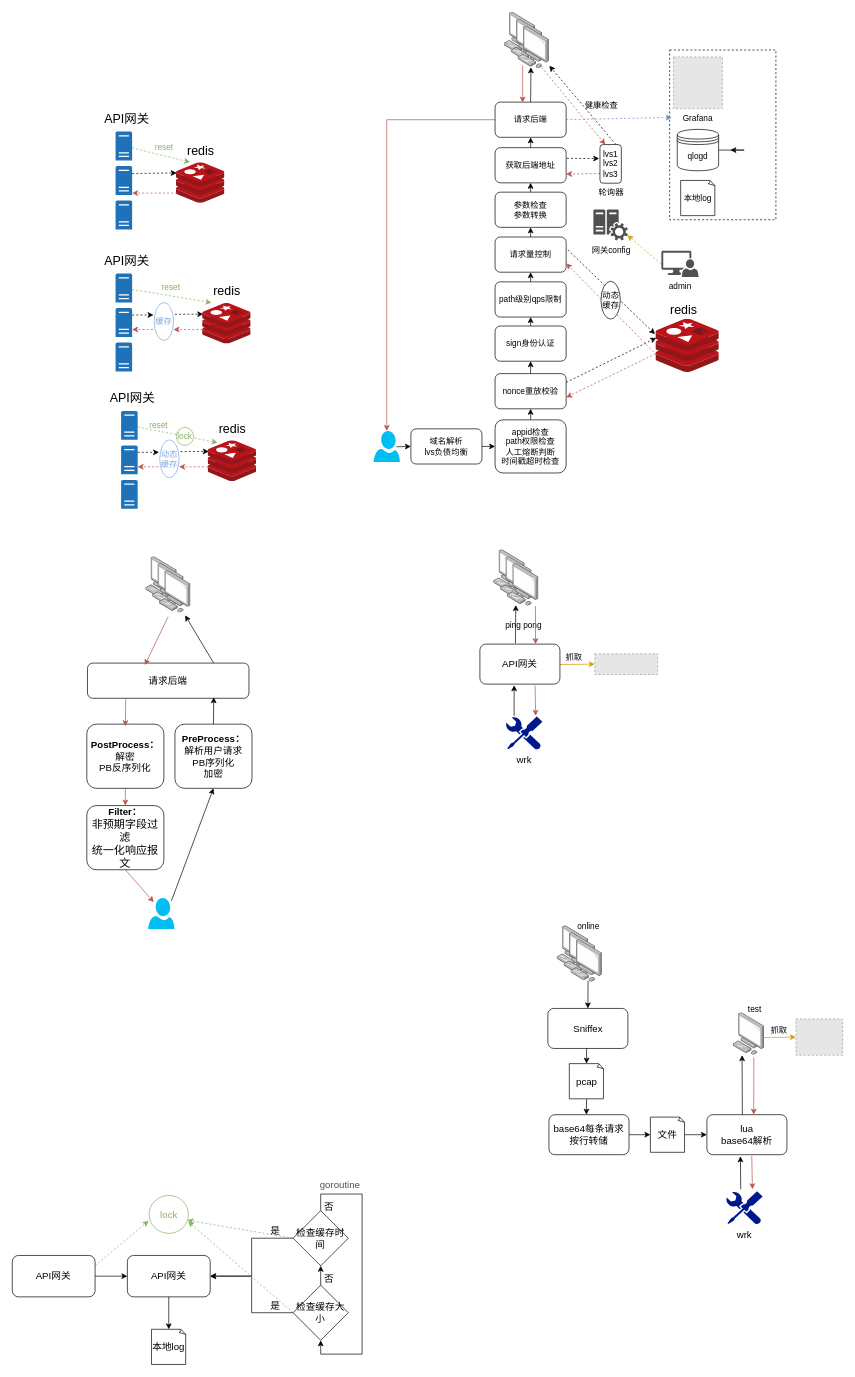
Above: Untitled Diagram.drawio in fanfan520-debug/helloworld (draw.io), before the change. Source tidied: cells renumbered, new cells numbered last; positions are measured from the earlier drawing's top-left corner, leaving out a move shared by most shapes. Both pictures are drawn from the tidied source at 69%, with x=0, y=0 at pixel (12, 12). Pictures stored in the file or linked from it are replaced by grey dashed boxes.
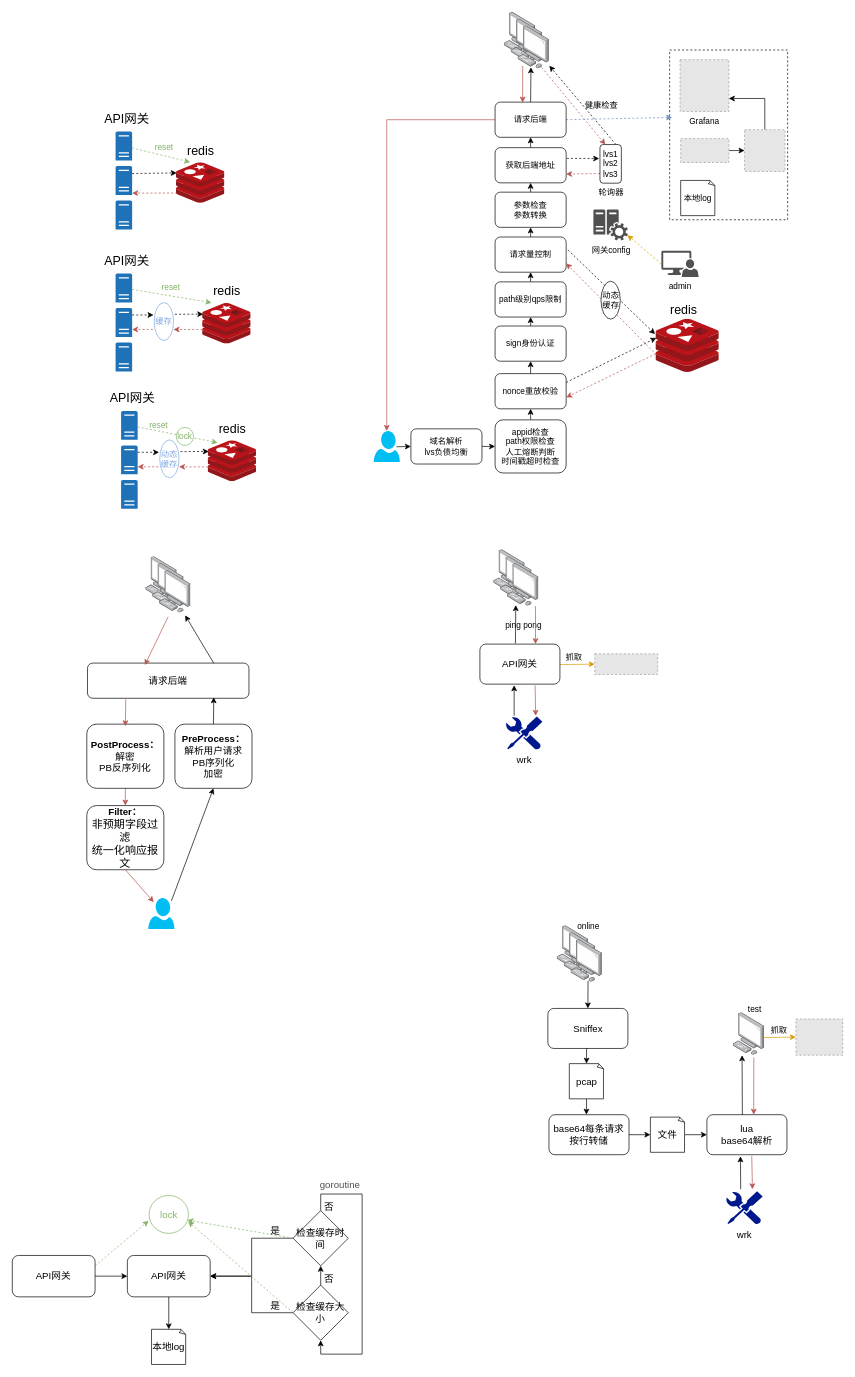
The same page after the edit.

Diff of the diagram source:
```diff
@@
     <mxCell id="2" style="rounded=0;whiteSpace=wrap;html=1;shadow=0;sketch=0;glass=0;dashed=1;" parent="1" vertex="1">
-      <mxGeometry x="953" y="55" width="154" height="246" as="geometry" />
+      <mxGeometry x="953" y="55" width="171" height="246" as="geometry" />
     </mxCell>
@@
-    <mxCell id="70" style="edgeStyle=orthogonalEdgeStyle;rounded=0;jettySize=auto;html=1;exitX=1;exitY=0.5;exitDx=0;exitDy=0;" parent="1" edge="1" source="71">
-      <mxGeometry relative="1" as="geometry">
-        <mxPoint x="1041" y="200" as="targetPoint" />
-        <Array as="points">
-          <mxPoint x="1061" y="200" />
-          <mxPoint x="1061" y="200" />
-        </Array>
-      </mxGeometry>
-    </mxCell>
-    <mxCell id="71" value="qlogd" style="shape=datastore;whiteSpace=wrap;html=1;" parent="1" vertex="1">
-      <mxGeometry x="964" y="170" width="60" height="60" as="geometry" />
-    </mxCell>
@@
     <mxCell id="73" value="Grafana" style="fillColor=#E6E6E6;strokeColor=#999999;dashed=1;verticalLabelPosition=bottom;labelBackgroundColor=#ffffff;verticalAlign=top;" parent="1" vertex="1">
-      <mxGeometry x="958.6" y="65" width="70.8" height="75" as="geometry" />
+      <mxGeometry x="968.1" y="69" width="70.8" height="75" as="geometry" />
     </mxCell>
@@
+    <mxCell id="158" style="rounded=0;jettySize=auto;html=1;exitX=0.5;exitY=0;exitDx=0;exitDy=0;entryX=1;entryY=0.75;entryDx=0;entryDy=0;edgeStyle=orthogonalEdgeStyle;" parent="1" edge="1" source="159" target="73">
+      <mxGeometry relative="1" as="geometry" />
+    </mxCell>
+    <mxCell id="159" style="fillColor=#E6E6E6;strokeColor=#999999;dashed=1;verticalLabelPosition=bottom;labelBackgroundColor=default;verticalAlign=top;" parent="1" vertex="1">
+      <mxGeometry x="1061.6" y="170.5" width="58.7" height="60.5" as="geometry" />
+    </mxCell>
+    <mxCell id="160" style="edgeStyle=orthogonalEdgeStyle;rounded=0;jettySize=auto;html=1;exitX=1;exitY=0.5;exitDx=0;exitDy=0;entryX=0;entryY=0.5;entryDx=0;entryDy=0;" parent="1" edge="1" source="161" target="159">
+      <mxGeometry relative="1" as="geometry" />
+    </mxCell>
+    <mxCell id="161" style="fillColor=#E6E6E6;strokeColor=#999999;dashed=1;verticalLabelPosition=bottom;labelBackgroundColor=default;verticalAlign=top;" parent="1" vertex="1">
+      <mxGeometry x="969" y="183.4" width="69.9" height="34.6" as="geometry" />
+    </mxCell>
```
